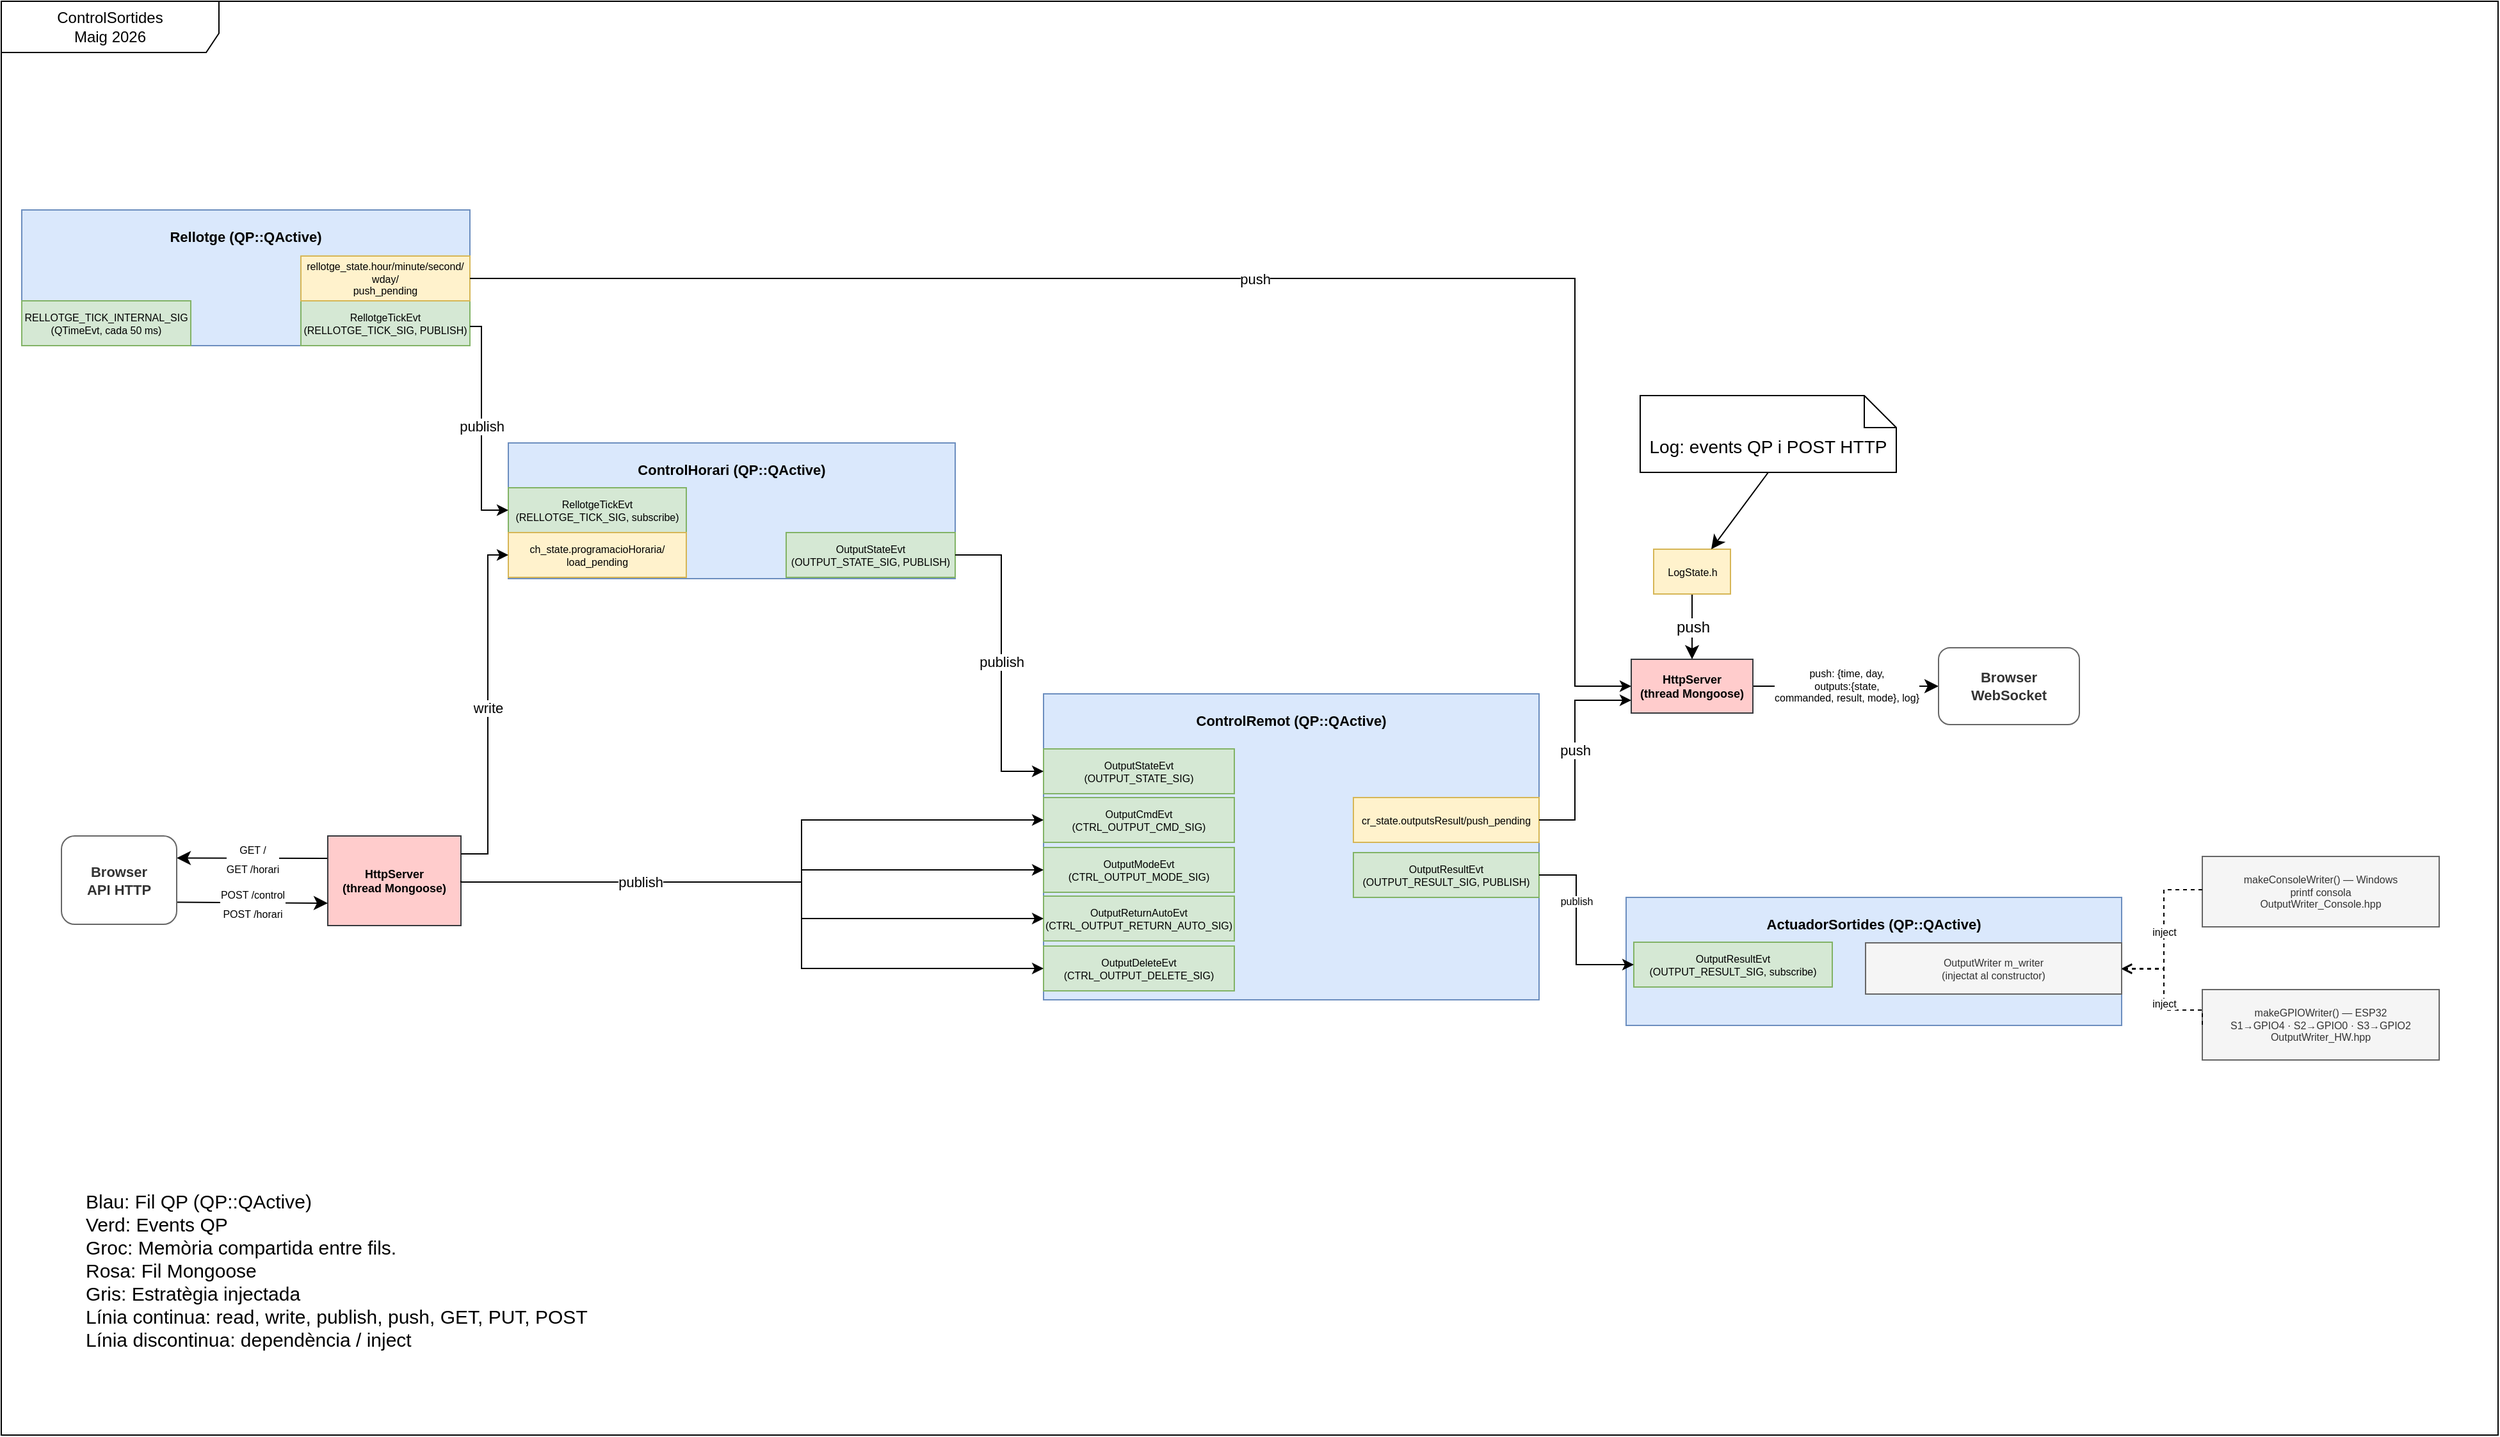
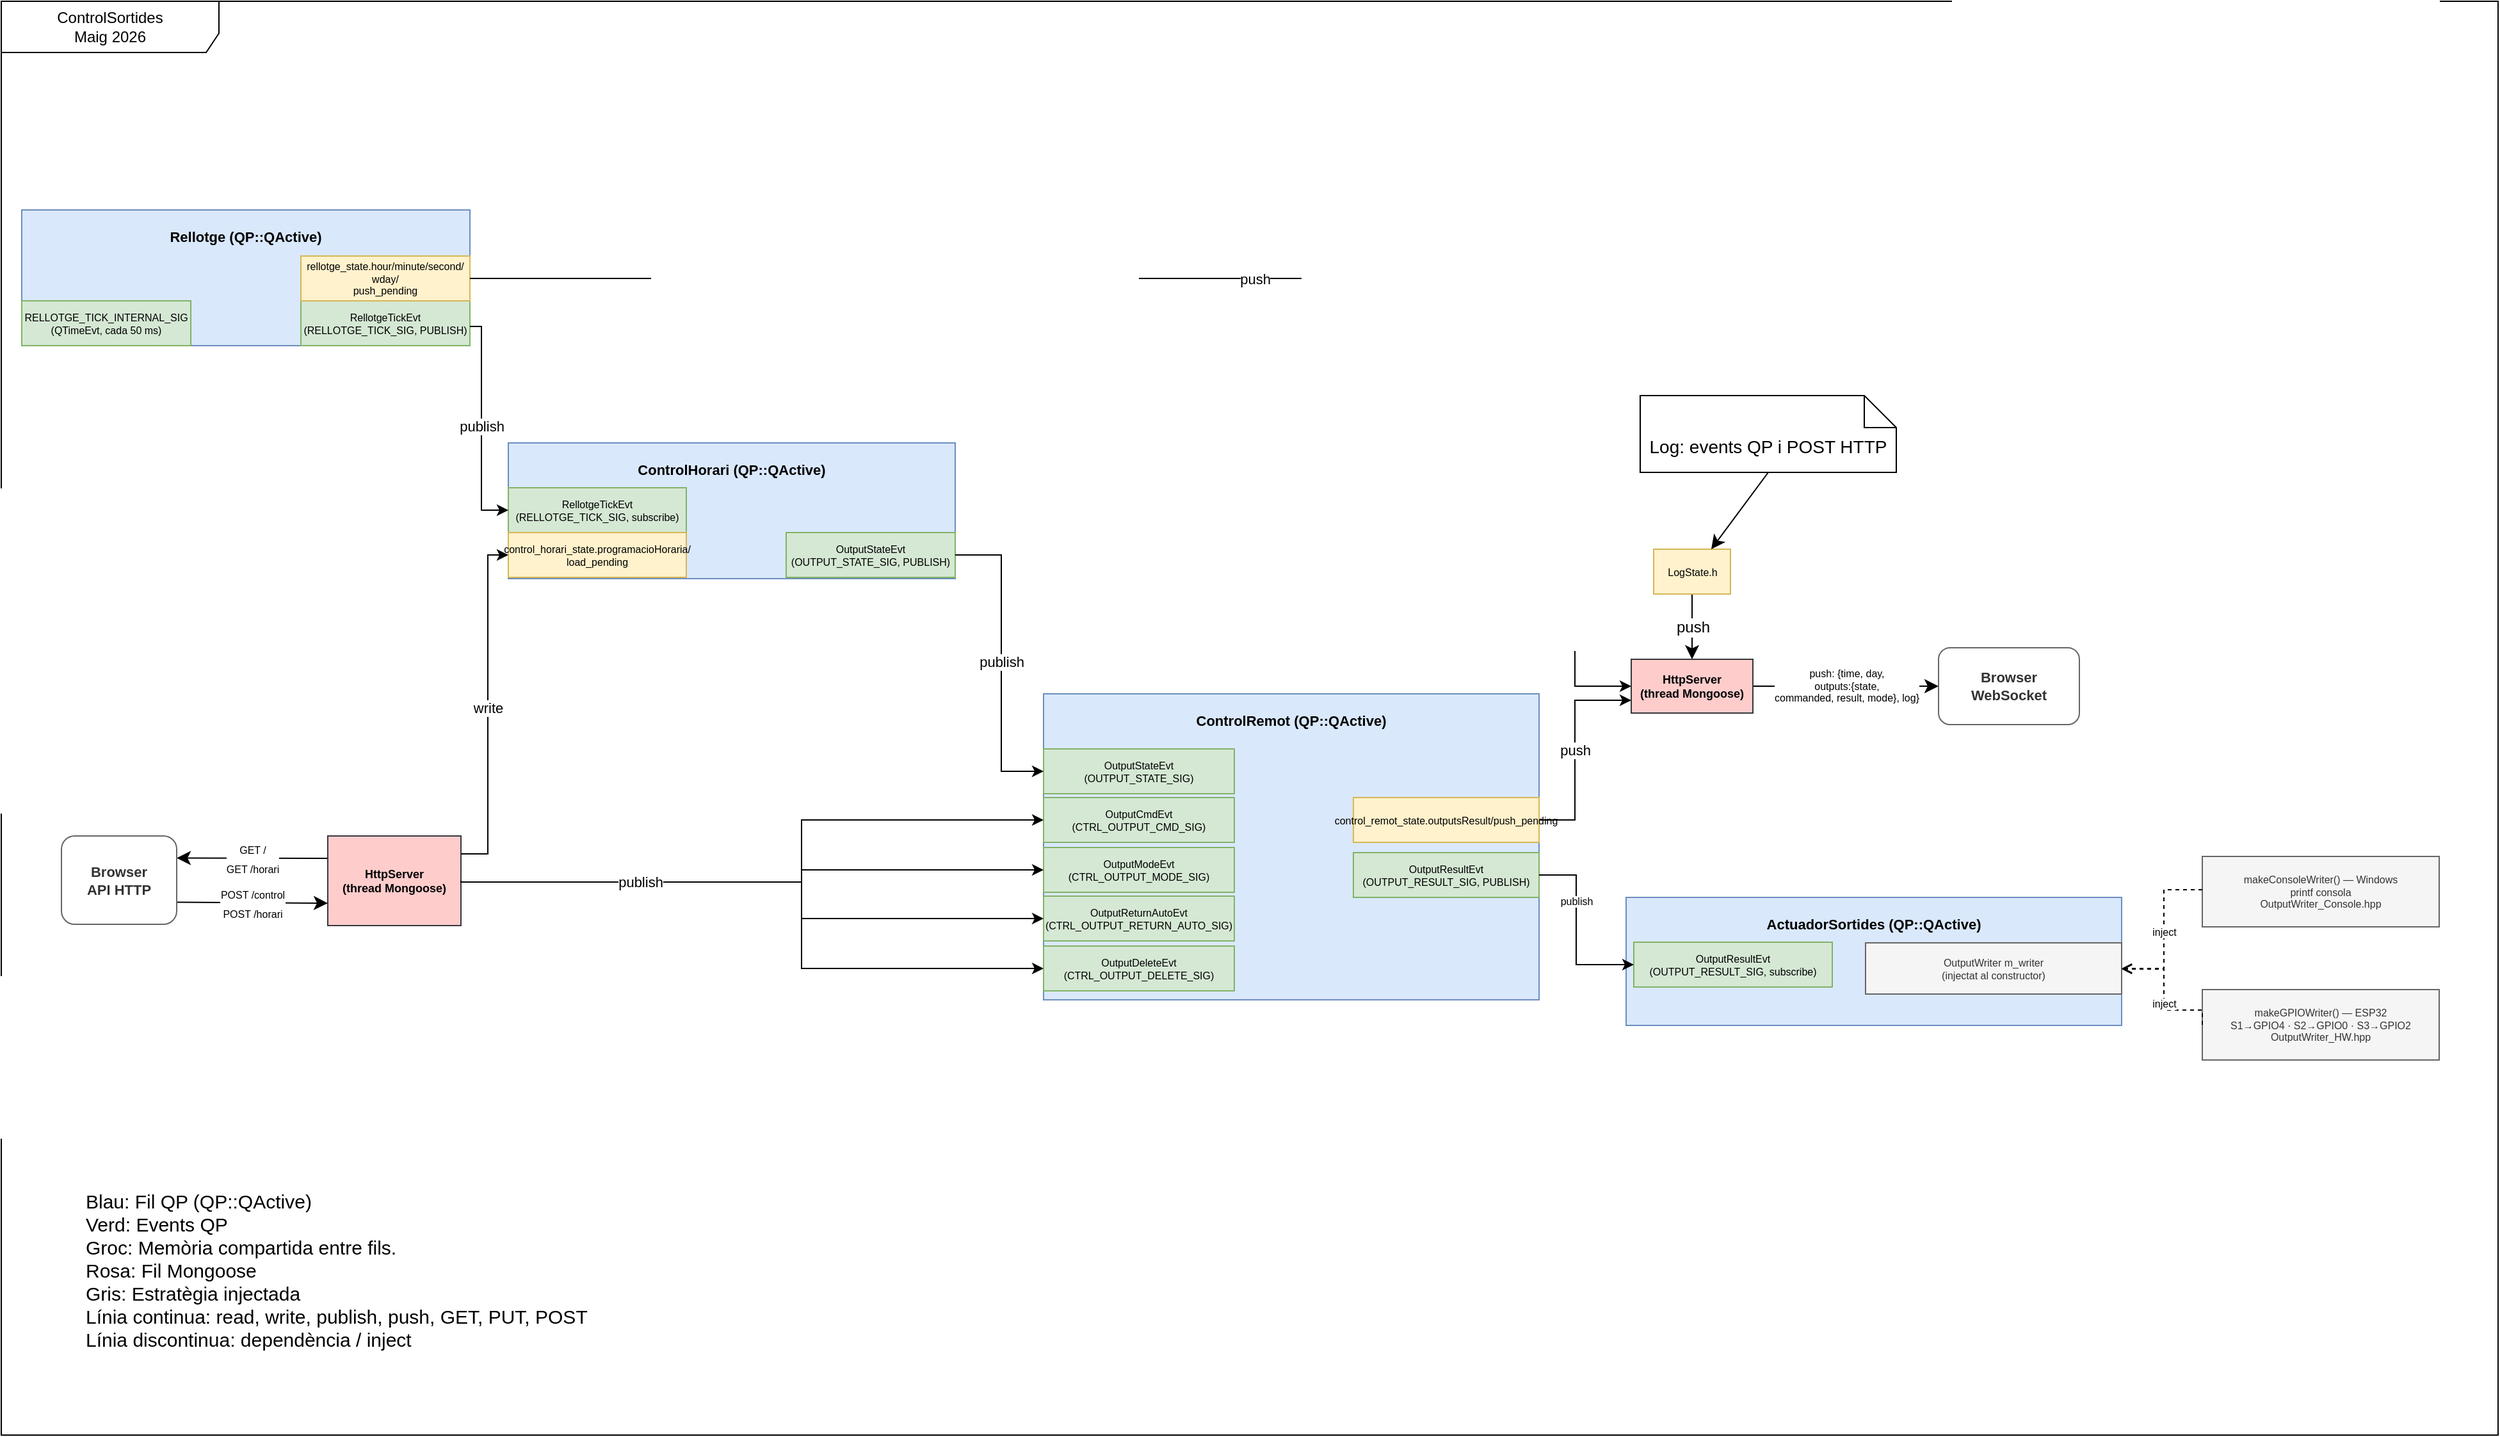
<mxfile host="Electron" agent="Mozilla/5.0 (Windows NT 10.0; Win64; x64) AppleWebKit/537.36 (KHTML, like Gecko) draw.io/28.2.8 Chrome/140.0.7339.240 Electron/38.4.0 Safari/537.36" version="28.2.8">
  <diagram name="ControlRemot" id="controlremot">
    <mxGraphModel dx="1713" dy="1105" grid="1" gridSize="10" guides="1" tooltips="1" connect="1" arrows="1" fold="1" page="1" pageScale="1" pageWidth="2336" pageHeight="1654" math="0" shadow="0">
      <root>
        <mxCell id="0" />
        <mxCell id="1" parent="0" />
        <mxCell id="hFHh7xch7r8VRYxtVC4N-1" value="&lt;span style=&quot;color: rgb(0, 0, 0); font-family: Helvetica; font-size: 8px; font-style: normal; font-variant-ligatures: normal; font-variant-caps: normal; font-weight: 400; letter-spacing: normal; orphans: 2; text-align: center; text-indent: 0px; text-transform: none; widows: 2; word-spacing: 0px; -webkit-text-stroke-width: 0px; white-space: nowrap; background-color: rgb(255, 255, 255); text-decoration-thickness: initial; text-decoration-style: initial; text-decoration-color: initial; display: inline !important; float: none;&quot;&gt;GET /&lt;/span&gt;&lt;br style=&quot;forced-color-adjust: none; color: rgb(0, 0, 0); font-family: Helvetica; font-size: 8px; font-style: normal; font-variant-ligatures: normal; font-variant-caps: normal; font-weight: 400; letter-spacing: normal; orphans: 2; text-align: center; text-indent: 0px; text-transform: none; widows: 2; word-spacing: 0px; -webkit-text-stroke-width: 0px; white-space: nowrap; text-decoration-thickness: initial; text-decoration-style: initial; text-decoration-color: initial;&quot;&gt;&lt;span style=&quot;color: rgb(0, 0, 0); font-family: Helvetica; font-size: 8px; font-style: normal; font-variant-ligatures: normal; font-variant-caps: normal; font-weight: 400; letter-spacing: normal; orphans: 2; text-align: center; text-indent: 0px; text-transform: none; widows: 2; word-spacing: 0px; -webkit-text-stroke-width: 0px; white-space: nowrap; background-color: rgb(255, 255, 255); text-decoration-thickness: initial; text-decoration-style: initial; text-decoration-color: initial; display: inline !important; float: none;&quot;&gt;GET /horari&lt;/span&gt;" style="edgeStyle=none;curved=1;rounded=0;orthogonalLoop=1;jettySize=auto;html=1;exitX=0;exitY=0.25;exitDx=0;exitDy=0;entryX=1;entryY=0.25;entryDx=0;entryDy=0;fontSize=12;startSize=8;endSize=8;" parent="1" source="http" target="nPEGExYc4R3wSkc33mew-3" edge="1">
          <mxGeometry relative="1" as="geometry" />
        </mxCell>
        <mxCell id="http" value="HttpServer&#xa;(thread Mongoose)" style="rounded=0;whiteSpace=wrap;html=1;fillColor=#ffcccc;strokeColor=#36393d;fontSize=9;fontStyle=1" parent="1" vertex="1">
          <mxGeometry x="435" y="806" width="104" height="70" as="geometry" />
        </mxCell>
        <mxCell id="nPEGExYc4R3wSkc33mew-6" value="push: {time, day,&lt;br&gt;outputs:{state,&lt;br&gt;commanded, result, mode}, log}" style="edgeStyle=none;curved=1;rounded=0;orthogonalLoop=1;jettySize=auto;html=1;exitX=1;exitY=0.5;exitDx=0;exitDy=0;fontSize=8;startSize=8;endSize=8;startArrow=none;startFill=0;" parent="1" source="ws" target="nPEGExYc4R3wSkc33mew-5" edge="1">
          <mxGeometry relative="1" as="geometry" />
        </mxCell>
        <mxCell id="ws" value="HttpServer&lt;br&gt;(thread Mongoose)" style="rounded=0;whiteSpace=wrap;html=1;fillColor=#ffcccc;strokeColor=#36393d;fontSize=9;fontStyle=1" parent="1" vertex="1">
          <mxGeometry x="1453" y="668" width="95" height="42" as="geometry" />
        </mxCell>
        <mxCell id="ch" value="ControlHorari (QP::QActive)" style="rounded=0;whiteSpace=wrap;html=1;fillColor=#dae8fc;strokeColor=#6c8ebf;fontSize=11;fontStyle=1;verticalAlign=top;spacingTop=8" parent="1" vertex="1">
          <mxGeometry x="576" y="499" width="349" height="106" as="geometry" />
        </mxCell>
        <mxCell id="ch_tick" value="RellotgeTickEvt&#xa;(RELLOTGE_TICK_SIG, subscribe)" style="rounded=0;whiteSpace=wrap;html=1;fillColor=#d5e8d4;strokeColor=#82b366;fontSize=8" parent="1" vertex="1">
          <mxGeometry x="576" y="534" width="139" height="35" as="geometry" />
        </mxCell>
-         <mxCell id="ch_reload" value="ch_state.programacioHoraria/&lt;div&gt;load_pending&lt;/div&gt;" style="rounded=0;whiteSpace=wrap;html=1;fillColor=#fff2cc;strokeColor=#d6b656;fontSize=8" parent="1" vertex="1">
+         <mxCell id="ch_reload" value="control_horari_state.programacioHoraria/&lt;div&gt;load_pending&lt;/div&gt;" style="rounded=0;whiteSpace=wrap;html=1;fillColor=#fff2cc;strokeColor=#d6b656;fontSize=8" parent="1" vertex="1">
          <mxGeometry x="576" y="569" width="139" height="35" as="geometry" />
        </mxCell>
        <mxCell id="ch_out_io" value="OutputStateEvt&#xa;(OUTPUT_STATE_SIG, PUBLISH)" style="rounded=0;whiteSpace=wrap;html=1;fillColor=#d5e8d4;strokeColor=#82b366;fontSize=8" parent="1" vertex="1">
          <mxGeometry x="793" y="569" width="132" height="35" as="geometry" />
        </mxCell>
        <mxCell id="rl" value="Rellotge (QP::QActive)" style="rounded=0;whiteSpace=wrap;html=1;fillColor=#dae8fc;strokeColor=#6c8ebf;fontSize=11;fontStyle=1;verticalAlign=top;spacingTop=8" parent="1" vertex="1">
          <mxGeometry x="196" y="317" width="350" height="106" as="geometry" />
        </mxCell>
        <mxCell id="rl_tick" value="RELLOTGE_TICK_INTERNAL_SIG&#xa;(QTimeEvt, cada 50 ms)" style="rounded=0;whiteSpace=wrap;html=1;fillColor=#d5e8d4;strokeColor=#82b366;fontSize=8" parent="1" vertex="1">
          <mxGeometry x="196" y="388" width="132" height="35" as="geometry" />
        </mxCell>
        <mxCell id="rl_out_pub" value="RellotgeTickEvt&#xa;(RELLOTGE_TICK_SIG, PUBLISH)" style="rounded=0;whiteSpace=wrap;html=1;fillColor=#d5e8d4;strokeColor=#82b366;fontSize=8" parent="1" vertex="1">
          <mxGeometry x="414" y="388" width="132" height="35" as="geometry" />
        </mxCell>
        <mxCell id="rl_out_ss" value="rellotge_state.hour/minute/second/&lt;div&gt;wday/&lt;div&gt;push_pending&lt;/div&gt;&lt;/div&gt;" style="rounded=0;whiteSpace=wrap;html=1;fillColor=#fff2cc;strokeColor=#d6b656;fontSize=8" parent="1" vertex="1">
          <mxGeometry x="414" y="353" width="132" height="35" as="geometry" />
        </mxCell>
        <mxCell id="cr" value="ControlRemot (QP::QActive)" style="rounded=0;whiteSpace=wrap;html=1;fillColor=#dae8fc;strokeColor=#6c8ebf;fontSize=11;fontStyle=1;verticalAlign=top;spacingTop=8" parent="1" vertex="1">
          <mxGeometry x="994" y="695" width="387" height="239" as="geometry" />
        </mxCell>
        <mxCell id="in_io" value="OutputStateEvt&#xa;(OUTPUT_STATE_SIG)" style="rounded=0;whiteSpace=wrap;html=1;fillColor=#d5e8d4;strokeColor=#82b366;fontSize=8" parent="1" vertex="1">
          <mxGeometry x="994" y="738" width="149" height="35" as="geometry" />
        </mxCell>
        <mxCell id="in_cmd" value="OutputCmdEvt&#xa;(CTRL_OUTPUT_CMD_SIG)" style="rounded=0;whiteSpace=wrap;html=1;fillColor=#d5e8d4;strokeColor=#82b366;fontSize=8" parent="1" vertex="1">
          <mxGeometry x="994" y="776" width="149" height="35" as="geometry" />
        </mxCell>
        <mxCell id="in_mode" value="OutputModeEvt&#xa;(CTRL_OUTPUT_MODE_SIG)" style="rounded=0;whiteSpace=wrap;html=1;fillColor=#d5e8d4;strokeColor=#82b366;fontSize=8" parent="1" vertex="1">
          <mxGeometry x="994" y="815" width="149" height="35" as="geometry" />
        </mxCell>
        <mxCell id="in_ret" value="OutputReturnAutoEvt&#xa;(CTRL_OUTPUT_RETURN_AUTO_SIG)" style="rounded=0;whiteSpace=wrap;html=1;fillColor=#d5e8d4;strokeColor=#82b366;fontSize=8" parent="1" vertex="1">
          <mxGeometry x="994" y="853" width="149" height="35" as="geometry" />
        </mxCell>
        <mxCell id="in_del" value="OutputDeleteEvt&#xa;(CTRL_OUTPUT_DELETE_SIG)" style="rounded=0;whiteSpace=wrap;html=1;fillColor=#d5e8d4;strokeColor=#82b366;fontSize=8" parent="1" vertex="1">
          <mxGeometry x="994" y="892" width="149" height="35" as="geometry" />
        </mxCell>
        <mxCell id="out_pub" value="OutputResultEvt&#xa;(OUTPUT_RESULT_SIG, PUBLISH)" style="rounded=0;whiteSpace=wrap;html=1;fillColor=#d5e8d4;strokeColor=#82b366;fontSize=8" parent="1" vertex="1">
          <mxGeometry x="1236" y="819" width="145" height="35" as="geometry" />
        </mxCell>
-         <mxCell id="out_ss" value="cr_state.outputsResult/push_pending" style="rounded=0;whiteSpace=wrap;html=1;fillColor=#fff2cc;strokeColor=#d6b656;fontSize=8" parent="1" vertex="1">
+         <mxCell id="out_ss" value="control_remot_state.outputsResult/push_pending" style="rounded=0;whiteSpace=wrap;html=1;fillColor=#fff2cc;strokeColor=#d6b656;fontSize=8" parent="1" vertex="1">
          <mxGeometry x="1236" y="776" width="145" height="35" as="geometry" />
        </mxCell>
        <mxCell id="e1" style="edgeStyle=orthogonalEdgeStyle;rounded=0;html=1;exitX=1;exitY=0.5;entryX=0;entryY=0.5" parent="1" source="http" target="in_cmd" edge="1">
          <mxGeometry relative="1" as="geometry">
            <Array as="points">
              <mxPoint x="805" y="842" />
              <mxPoint x="805" y="794" />
            </Array>
          </mxGeometry>
        </mxCell>
        <mxCell id="e2" style="edgeStyle=orthogonalEdgeStyle;rounded=0;html=1;exitX=1;exitY=0.5;entryX=0;entryY=0.5" parent="1" source="http" target="in_mode" edge="1">
          <mxGeometry relative="1" as="geometry">
            <Array as="points">
              <mxPoint x="805" y="842" />
              <mxPoint x="805" y="832" />
            </Array>
          </mxGeometry>
        </mxCell>
        <mxCell id="e3" style="edgeStyle=orthogonalEdgeStyle;rounded=0;html=1;exitX=1;exitY=0.5;entryX=0;entryY=0.5" parent="1" source="http" target="in_ret" edge="1">
          <mxGeometry relative="1" as="geometry">
            <Array as="points">
              <mxPoint x="539" y="842" />
              <mxPoint x="805" y="842" />
              <mxPoint x="805" y="871" />
            </Array>
          </mxGeometry>
        </mxCell>
        <mxCell id="e4" value="publish" style="edgeStyle=orthogonalEdgeStyle;rounded=0;html=1;exitX=1;exitY=0.5;entryX=0;entryY=0.5" parent="1" source="http" target="in_del" edge="1">
          <mxGeometry x="-0.4614" relative="1" as="geometry">
            <Array as="points">
              <mxPoint x="539" y="842" />
              <mxPoint x="805" y="842" />
              <mxPoint x="805" y="909" />
            </Array>
            <mxPoint as="offset" />
          </mxGeometry>
        </mxCell>
        <mxCell id="e5" value="push" style="edgeStyle=orthogonalEdgeStyle;rounded=0;html=1;exitX=1;exitY=0.5;entryX=0;entryY=0.75;entryDx=0;entryDy=0;" parent="1" source="out_ss" target="ws" edge="1">
          <mxGeometry relative="1" as="geometry">
            <Array as="points">
              <mxPoint x="1409" y="794" />
              <mxPoint x="1409" y="700" />
              <mxPoint x="1453" y="700" />
            </Array>
          </mxGeometry>
        </mxCell>
        <mxCell id="e6" value="write" style="edgeStyle=orthogonalEdgeStyle;rounded=0;html=1;exitX=1;exitY=0.2;entryX=0;entryY=0.5" parent="1" source="http" target="ch_reload" edge="1">
          <mxGeometry relative="1" as="geometry">
            <Array as="points">
              <mxPoint x="560" y="820" />
              <mxPoint x="560" y="587" />
            </Array>
          </mxGeometry>
        </mxCell>
        <mxCell id="e7" value="publish" style="edgeStyle=orthogonalEdgeStyle;rounded=0;html=1;exitX=1;exitY=0.5;entryX=0;entryY=0.5;entryDx=0;entryDy=0;" parent="1" source="ch_out_io" target="in_io" edge="1">
          <mxGeometry relative="1" as="geometry">
            <Array as="points">
              <mxPoint x="961" y="587" />
              <mxPoint x="961" y="755" />
            </Array>
          </mxGeometry>
        </mxCell>
        <mxCell id="e10" value="publish" style="edgeStyle=orthogonalEdgeStyle;rounded=0;html=1;entryX=0;entryY=0.5;entryDx=0;entryDy=0;" parent="1" source="rl_out_pub" target="ch_tick" edge="1">
          <mxGeometry relative="1" as="geometry">
            <Array as="points">
              <mxPoint x="555" y="408" />
              <mxPoint x="555" y="552" />
            </Array>
          </mxGeometry>
        </mxCell>
        <mxCell id="e8" value="push" style="edgeStyle=orthogonalEdgeStyle;rounded=0;html=1;exitX=1;exitY=0.5;entryX=0;entryY=0.5;entryDx=0;entryDy=0;" parent="1" source="rl_out_ss" target="ws" edge="1">
          <mxGeometry relative="1" as="geometry">
            <Array as="points">
              <mxPoint x="1409" y="371" />
              <mxPoint x="1409" y="689" />
            </Array>
          </mxGeometry>
        </mxCell>
        <mxCell id="hFHh7xch7r8VRYxtVC4N-2" value="&lt;span style=&quot;color: rgb(0, 0, 0); font-family: Helvetica; font-size: 8px; font-style: normal; font-variant-ligatures: normal; font-variant-caps: normal; font-weight: 400; letter-spacing: normal; orphans: 2; text-align: center; text-indent: 0px; text-transform: none; widows: 2; word-spacing: 0px; -webkit-text-stroke-width: 0px; white-space: nowrap; background-color: rgb(255, 255, 255); text-decoration-thickness: initial; text-decoration-style: initial; text-decoration-color: initial; display: inline !important; float: none;&quot;&gt;POST /control&lt;/span&gt;&lt;div&gt;&lt;span style=&quot;font-size: 8px;&quot;&gt;POST /horari&lt;/span&gt;&lt;/div&gt;" style="edgeStyle=none;curved=1;rounded=0;orthogonalLoop=1;jettySize=auto;html=1;exitX=1;exitY=0.75;exitDx=0;exitDy=0;entryX=0;entryY=0.75;entryDx=0;entryDy=0;fontSize=12;startSize=8;endSize=8;" parent="1" source="nPEGExYc4R3wSkc33mew-3" target="http" edge="1">
          <mxGeometry relative="1" as="geometry" />
        </mxCell>
        <mxCell id="nPEGExYc4R3wSkc33mew-3" value="&lt;b&gt;Browser&lt;/b&gt;&lt;div&gt;&lt;b&gt;API HTTP&lt;/b&gt;&lt;/div&gt;" style="rounded=1;whiteSpace=wrap;html=1;fillColor=#ffffff;strokeColor=#666666;fontColor=#333333;fontSize=11;" parent="1" vertex="1">
          <mxGeometry x="227" y="806" width="90" height="69" as="geometry" />
        </mxCell>
        <mxCell id="nPEGExYc4R3wSkc33mew-5" value="&lt;b&gt;Browser&lt;/b&gt;&lt;div&gt;&lt;b&gt;WebSocket&lt;/b&gt;&lt;/div&gt;" style="rounded=1;whiteSpace=wrap;html=1;fillColor=#ffffff;strokeColor=#666666;fontColor=#333333;fontSize=11;" parent="1" vertex="1">
          <mxGeometry x="1693" y="659" width="110" height="60" as="geometry" />
        </mxCell>
        <mxCell id="jaKRlGInz0ltfFADGkvu-2" value="push" style="edgeStyle=none;curved=1;rounded=0;orthogonalLoop=1;jettySize=auto;html=1;exitX=0.5;exitY=1;exitDx=0;exitDy=0;entryX=0.5;entryY=0;entryDx=0;entryDy=0;fontSize=12;startSize=8;endSize=8;" parent="1" source="jaKRlGInz0ltfFADGkvu-1" target="ws" edge="1">
          <mxGeometry relative="1" as="geometry" />
        </mxCell>
        <mxCell id="jaKRlGInz0ltfFADGkvu-1" value="LogState.h" style="rounded=0;whiteSpace=wrap;html=1;fillColor=#fff2cc;strokeColor=#d6b656;fontSize=8" parent="1" vertex="1">
          <mxGeometry x="1470.5" y="582" width="60" height="35" as="geometry" />
        </mxCell>
        <mxCell id="jaKRlGInz0ltfFADGkvu-4" style="edgeStyle=none;curved=1;rounded=0;orthogonalLoop=1;jettySize=auto;html=1;exitX=0.5;exitY=1;exitDx=0;exitDy=0;exitPerimeter=0;entryX=0.75;entryY=0;entryDx=0;entryDy=0;fontSize=12;startSize=8;endSize=8;" parent="1" source="jaKRlGInz0ltfFADGkvu-3" target="jaKRlGInz0ltfFADGkvu-1" edge="1">
          <mxGeometry relative="1" as="geometry" />
        </mxCell>
        <mxCell id="jaKRlGInz0ltfFADGkvu-3" value="&lt;font style=&quot;font-size: 14px;&quot;&gt;Log: events QP i POST HTTP&lt;/font&gt;" style="shape=note2;boundedLbl=1;whiteSpace=wrap;html=1;size=25;verticalAlign=top;align=center;" parent="1" vertex="1">
          <mxGeometry x="1460" y="462" width="200" height="60" as="geometry" />
        </mxCell>
        <mxCell id="jaKRlGInz0ltfFADGkvu-5" value="ControlSortides&lt;div&gt;Maig 2026&lt;/div&gt;" style="shape=umlFrame;whiteSpace=wrap;html=1;pointerEvents=0;recursiveResize=0;container=1;collapsible=0;width=170;height=40;" parent="1" vertex="1">
          <mxGeometry x="180" y="154" width="1950" height="1120" as="geometry" />
        </mxCell>
        <mxCell id="IJb5zE0oGNF-HTFJebx6-1" value="&lt;div&gt;&lt;font style=&quot;font-size: 15px;&quot;&gt;Blau: Fil QP (QP::QActive)&lt;/font&gt;&lt;/div&gt;&lt;div&gt;&lt;font style=&quot;font-size: 15px;&quot;&gt;Verd: Events QP&lt;/font&gt;&lt;/div&gt;&lt;div&gt;&lt;span style=&quot;font-size: 15px;&quot;&gt;Groc: Memòria compartida entre fils.&lt;/span&gt;&lt;/div&gt;&lt;div&gt;&lt;font style=&quot;font-size: 15px;&quot;&gt;Rosa: Fil Mongoose&lt;/font&gt;&lt;/div&gt;&lt;div&gt;&lt;font style=&quot;font-size: 15px;&quot;&gt;Gris: Estratègia injectada&lt;/font&gt;&lt;/div&gt;&lt;div&gt;&lt;font style=&quot;font-size: 15px;&quot;&gt;Línia continua: read, write, publish, push, GET, PUT, POST&lt;/font&gt;&lt;/div&gt;&lt;div&gt;&lt;font style=&quot;font-size: 15px;&quot;&gt;Línia discontinua: dependència / inject&lt;/font&gt;&lt;/div&gt;" style="text;strokeColor=none;fillColor=none;align=left;verticalAlign=middle;spacingLeft=4;spacingRight=4;overflow=hidden;whiteSpace=wrap;html=1;" vertex="1" parent="jaKRlGInz0ltfFADGkvu-5">
          <mxGeometry x="60" y="926" width="430" height="130" as="geometry" />
        </mxCell>
        <mxCell id="as" value="ActuadorSortides (QP::QActive)" style="rounded=0;whiteSpace=wrap;html=1;fillColor=#dae8fc;strokeColor=#6c8ebf;fontSize=11;fontStyle=1;verticalAlign=top;spacingTop=8" parent="1" vertex="1">
          <mxGeometry x="1449" y="854" width="387" height="100" as="geometry" />
        </mxCell>
        <mxCell id="as_in" value="OutputResultEvt&#xa;(OUTPUT_RESULT_SIG, subscribe)" style="rounded=0;whiteSpace=wrap;html=1;fillColor=#d5e8d4;strokeColor=#82b366;fontSize=8" parent="1" vertex="1">
          <mxGeometry x="1455" y="889" width="155" height="35" as="geometry" />
        </mxCell>
        <mxCell id="as_gpio" value="OutputWriter m_writer&#xa;(injectat al constructor)" style="rounded=0;whiteSpace=wrap;html=1;fillColor=#f5f5f5;strokeColor=#666666;fontColor=#333333;fontSize=8" parent="1" vertex="1">
          <mxGeometry x="1636" y="889.5" width="200" height="40" as="geometry" />
        </mxCell>
        <mxCell id="e_as" value="publish" style="edgeStyle=orthogonalEdgeStyle;rounded=0;html=1;exitX=1;exitY=0.5;exitDx=0;exitDy=0;entryX=0;entryY=0.5;entryDx=0;entryDy=0;fontSize=8;" parent="1" source="out_pub" target="as_in" edge="1">
          <mxGeometry x="-0.3175" relative="1" as="geometry">
            <Array as="points">
              <mxPoint x="1410" y="837" />
              <mxPoint x="1410" y="907" />
            </Array>
            <mxPoint as="offset" />
          </mxGeometry>
        </mxCell>
        <mxCell id="ow_hw" value="makeGPIOWriter() — ESP32&#xa;S1→GPIO4 · S2→GPIO0 · S3→GPIO2&#xa;OutputWriter_HW.hpp" style="rounded=0;whiteSpace=wrap;html=1;fillColor=#f5f5f5;strokeColor=#666666;fontColor=#333333;fontSize=8" parent="1" vertex="1">
          <mxGeometry x="1899" y="926" width="185" height="55" as="geometry" />
        </mxCell>
        <mxCell id="ow_console" value="makeConsoleWriter() — Windows&#xa;printf consola&#xa;OutputWriter_Console.hpp" style="rounded=0;whiteSpace=wrap;html=1;fillColor=#f5f5f5;strokeColor=#666666;fontColor=#333333;fontSize=8" parent="1" vertex="1">
          <mxGeometry x="1899" y="822" width="185" height="55" as="geometry" />
        </mxCell>
        <mxCell id="e_ow_hw" value="inject" style="edgeStyle=orthogonalEdgeStyle;rounded=0;html=1;exitX=0;exitY=0.5;exitDx=0;exitDy=0;entryX=1;entryY=0.5;entryDx=0;entryDy=0;fontSize=8;dashed=1;endArrow=open;endFill=0;" parent="1" source="ow_hw" target="as_gpio" edge="1">
          <mxGeometry x="-0.1192" relative="1" as="geometry">
            <Array as="points">
              <mxPoint x="1889" y="942" />
              <mxPoint x="1869" y="942" />
              <mxPoint x="1869" y="902" />
            </Array>
            <mxPoint as="offset" />
          </mxGeometry>
        </mxCell>
        <mxCell id="e_ow_con" value="inject" style="edgeStyle=orthogonalEdgeStyle;rounded=0;html=1;entryX=1;entryY=0.5;entryDx=0;entryDy=0;fontSize=8;dashed=1;endArrow=open;endFill=0;" parent="1" source="ow_console" target="as_gpio" edge="1">
          <mxGeometry relative="1" as="geometry">
            <Array as="points">
              <mxPoint x="1869" y="848" />
              <mxPoint x="1869" y="910" />
              <mxPoint x="1836" y="910" />
            </Array>
          </mxGeometry>
        </mxCell>
      </root>
    </mxGraphModel>
  </diagram>
</mxfile>
